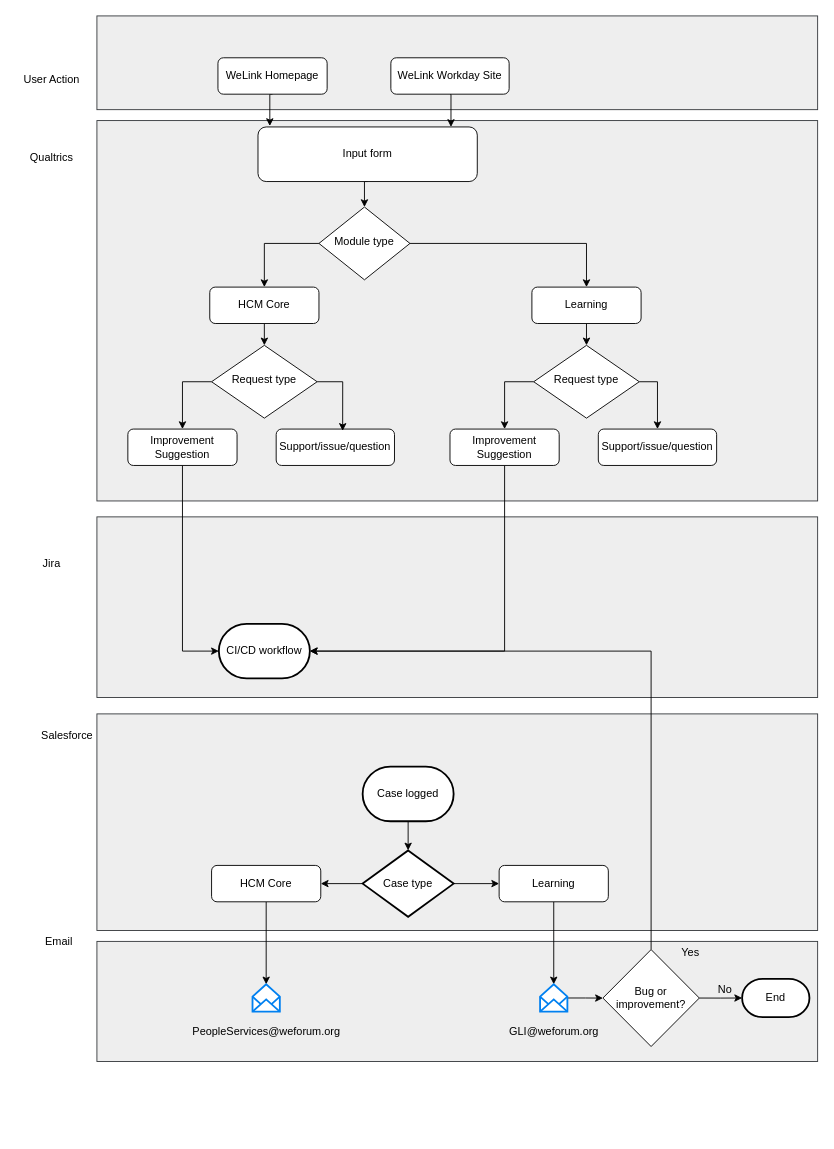
Above: Workday Learning support model.drawio in merid-berhe/draw.io (draw.io), before the change. Source tidied: cells renumbered, new cells numbered last; positions are measured from the earlier drawing's top-left corner, leaving out a move shared by most shapes. Both pictures are drawn from the tidied source at 91%, with x=0, y=0 at pixel (18, 15).
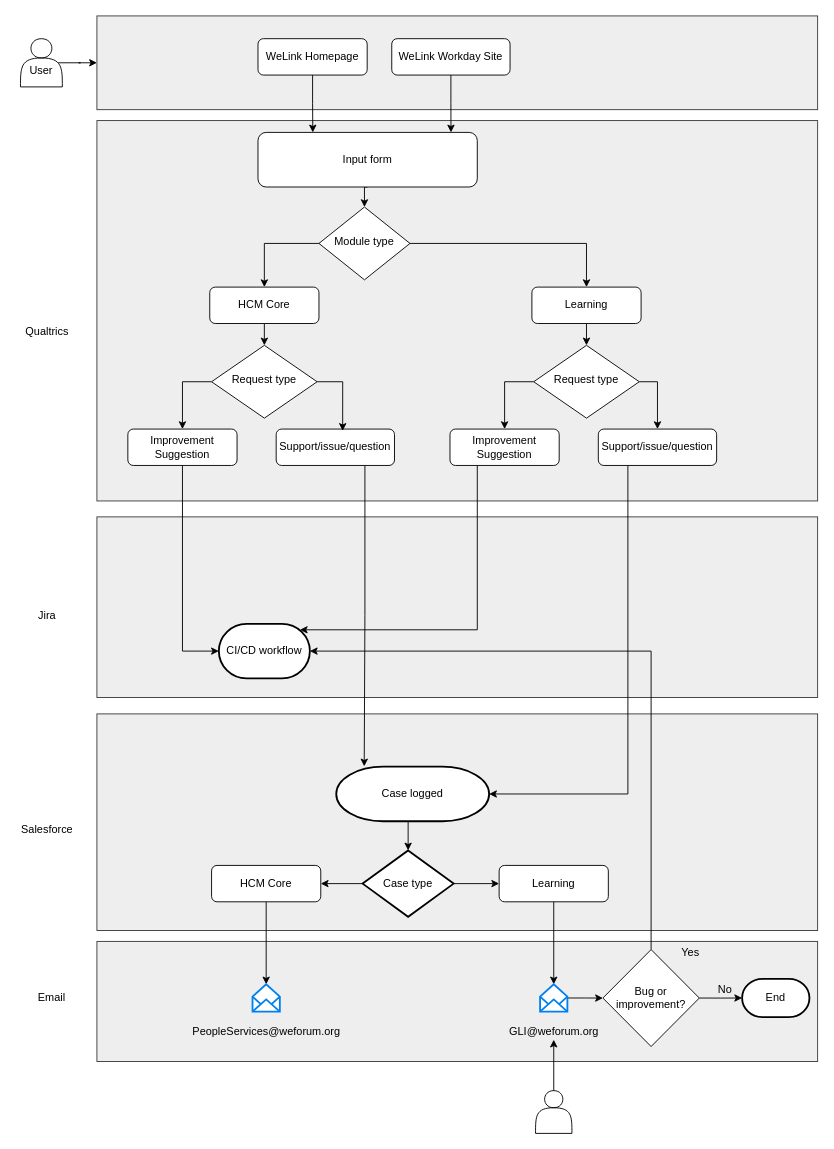
The same diagram, later.

The change refers to these unchanged cells:
```xml
<mxCell id="6" style="rounded=0;whiteSpace=wrap;html=1;fillColor=#eeeeee;strokeColor=#36393d;" parent="1" vertex="1">
  <mxGeometry x="86" width="792" height="103" as="geometry" />
</mxCell>
<mxCell id="9" value="Support/issue/question" style="rounded=1;whiteSpace=wrap;html=1;fontSize=12;glass=0;strokeWidth=1;shadow=0;" parent="1" vertex="1">
  <mxGeometry x="283" y="454" width="130" height="40" as="geometry" />
</mxCell>
<mxCell id="28" value="Support/issue/question" style="rounded=1;whiteSpace=wrap;html=1;fontSize=12;glass=0;strokeWidth=1;shadow=0;" parent="1" vertex="1">
  <mxGeometry x="637" y="454" width="130" height="40" as="geometry" />
</mxCell>
<mxCell id="30" value="Improvement Suggestion" style="rounded=1;whiteSpace=wrap;html=1;fontSize=12;glass=0;strokeWidth=1;shadow=0;" parent="1" vertex="1">
  <mxGeometry x="474" y="454" width="120" height="40" as="geometry" />
</mxCell>
<mxCell id="35" value="CI/CD workflow" style="strokeWidth=2;html=1;shape=mxgraph.flowchart.terminator;whiteSpace=wrap;" parent="1" vertex="1">
  <mxGeometry x="220" y="668" width="100" height="60" as="geometry" />
</mxCell>
<mxCell id="51" value="GLI@weforum.org" style="text;html=1;align=center;verticalAlign=middle;points=[];" parent="1" vertex="1">
  <mxGeometry x="534" y="1107" width="108" height="18" as="geometry" />
</mxCell>
```

Change to the diagram source:
```diff
@@
-    <mxCell id="7" style="edgeStyle=orthogonalEdgeStyle;rounded=0;jettySize=auto;html=1;exitX=0.5;exitY=1;exitDx=0;exitDy=0;entryX=0.054;entryY=-0.017;entryDx=0;entryDy=0;entryPerimeter=0;" parent="1" edge="1" source="8" target="22">
+    <mxCell id="7" style="edgeStyle=orthogonalEdgeStyle;rounded=0;jettySize=auto;html=1;exitX=0.5;exitY=1;exitDx=0;exitDy=0;entryX=0.25;entryY=0;entryDx=0;entryDy=0;" parent="1" edge="1" source="8" target="22">
       <mxGeometry relative="1" as="geometry" />
     </mxCell>
     <mxCell id="8" value="WeLink Homepage" style="rounded=1;whiteSpace=wrap;html=1;fontSize=12;glass=0;strokeWidth=1;shadow=0;" parent="1" vertex="1">
-      <mxGeometry x="219" y="46" width="120" height="40" as="geometry" />
+      <mxGeometry x="263" y="25" width="120" height="40" as="geometry" />
     </mxCell>
+    <mxCell id="58" style="edgeStyle=orthogonalEdgeStyle;rounded=0;jettySize=auto;html=1;exitX=0.75;exitY=1;exitDx=0;exitDy=0;entryX=0.183;entryY=-0.006;entryDx=0;entryDy=0;entryPerimeter=0;" parent="1" edge="1" source="9" target="38">
+      <mxGeometry relative="1" as="geometry">
+        <Array as="points">
+          <mxPoint x="381" y="659" />
+        </Array>
+      </mxGeometry>
+    </mxCell>
@@
     <mxCell id="18" value="WeLink Workday Site" style="rounded=1;whiteSpace=wrap;html=1;fontSize=12;glass=0;strokeWidth=1;shadow=0;" parent="1" vertex="1">
-      <mxGeometry x="409" y="46" width="130" height="40" as="geometry" />
+      <mxGeometry x="410" y="25" width="130" height="40" as="geometry" />
     </mxCell>
-    <mxCell id="19" value="User Action" style="text;html=1;align=center;verticalAlign=middle;" parent="1" vertex="1">
-      <mxGeometry y="61" width="71" height="18" as="geometry" />
-    </mxCell>
     <mxCell id="20" value="Qualtrics" style="text;html=1;align=center;verticalAlign=middle;" parent="1" vertex="1">
-      <mxGeometry x="7" y="147" width="57" height="18" as="geometry" />
+      <mxGeometry x="2" y="338" width="57" height="18" as="geometry" />
     </mxCell>
@@
     <mxCell id="22" value="Input form" style="rounded=1;whiteSpace=wrap;html=1;" parent="1" vertex="1">
-      <mxGeometry x="263" y="122" width="241" height="60" as="geometry" />
+      <mxGeometry x="263" y="128" width="241" height="60" as="geometry" />
     </mxCell>
@@
+    <mxCell id="59" style="edgeStyle=orthogonalEdgeStyle;rounded=0;jettySize=auto;html=1;exitX=0.25;exitY=1;exitDx=0;exitDy=0;entryX=1;entryY=0.5;entryDx=0;entryDy=0;entryPerimeter=0;" parent="1" edge="1" source="28" target="38">
+      <mxGeometry relative="1" as="geometry" />
+    </mxCell>
@@
-    <mxCell id="29" style="edgeStyle=orthogonalEdgeStyle;rounded=0;jettySize=auto;html=1;exitX=0.5;exitY=1;exitDx=0;exitDy=0;entryX=1;entryY=0.5;entryDx=0;entryDy=0;entryPerimeter=0;" parent="1" edge="1" source="30" target="35">
-      <mxGeometry relative="1" as="geometry" />
+    <mxCell id="29" style="edgeStyle=orthogonalEdgeStyle;rounded=0;jettySize=auto;html=1;exitX=0.25;exitY=1;exitDx=0;exitDy=0;entryX=0.89;entryY=0.11;entryDx=0;entryDy=0;entryPerimeter=0;" parent="1" edge="1" source="30" target="35">
+      <mxGeometry relative="1" as="geometry">
+        <Array as="points">
+          <mxPoint x="504" y="675" />
+        </Array>
+      </mxGeometry>
     </mxCell>
@@
     <mxCell id="34" value="Jira" style="text;html=1;align=center;verticalAlign=middle;" parent="1" vertex="1">
-      <mxGeometry x="21" y="593" width="29" height="18" as="geometry" />
+      <mxGeometry x="16" y="650" width="29" height="18" as="geometry" />
     </mxCell>
@@
     <mxCell id="36" value="Salesforce" style="text;html=1;align=center;verticalAlign=middle;" parent="1" vertex="1">
-      <mxGeometry x="19" y="782" width="67" height="18" as="geometry" />
+      <mxGeometry x="-3" y="885" width="67" height="18" as="geometry" />
     </mxCell>
@@
     <mxCell id="38" value="Case logged" style="strokeWidth=2;html=1;shape=mxgraph.flowchart.terminator;whiteSpace=wrap;" parent="1" vertex="1">
-      <mxGeometry x="378" y="825" width="100" height="60" as="geometry" />
+      <mxGeometry x="349" y="825" width="168" height="60" as="geometry" />
     </mxCell>
     <mxCell id="39" value="Email" style="text;html=1;align=center;verticalAlign=middle;" parent="1" vertex="1">
-      <mxGeometry x="24" y="1008" width="40" height="18" as="geometry" />
+      <mxGeometry x="15.5" y="1070.2" width="40" height="18" as="geometry" />
     </mxCell>
@@
+    <mxCell id="60" style="edgeStyle=orthogonalEdgeStyle;rounded=0;jettySize=auto;html=1;" parent="1" edge="1" source="61" target="51">
+      <mxGeometry relative="1" as="geometry" />
+    </mxCell>
+    <mxCell id="61" style="shape=actor;whiteSpace=wrap;html=1;fillColor=none;" parent="1" vertex="1">
+      <mxGeometry x="568" y="1181" width="40" height="47" as="geometry" />
+    </mxCell>
+    <mxCell id="62" style="edgeStyle=orthogonalEdgeStyle;rounded=0;jettySize=auto;html=1;exitX=0.9;exitY=0.5;exitDx=0;exitDy=0;exitPerimeter=0;entryX=0;entryY=0.5;entryDx=0;entryDy=0;" parent="1" edge="1" source="63" target="6">
+      <mxGeometry relative="1" as="geometry" />
+    </mxCell>
+    <mxCell id="63" value="&lt;br&gt;User" style="shape=actor;whiteSpace=wrap;html=1;fillColor=none;" parent="1" vertex="1">
+      <mxGeometry x="2" y="25" width="46" height="53" as="geometry" />
+    </mxCell>
```
